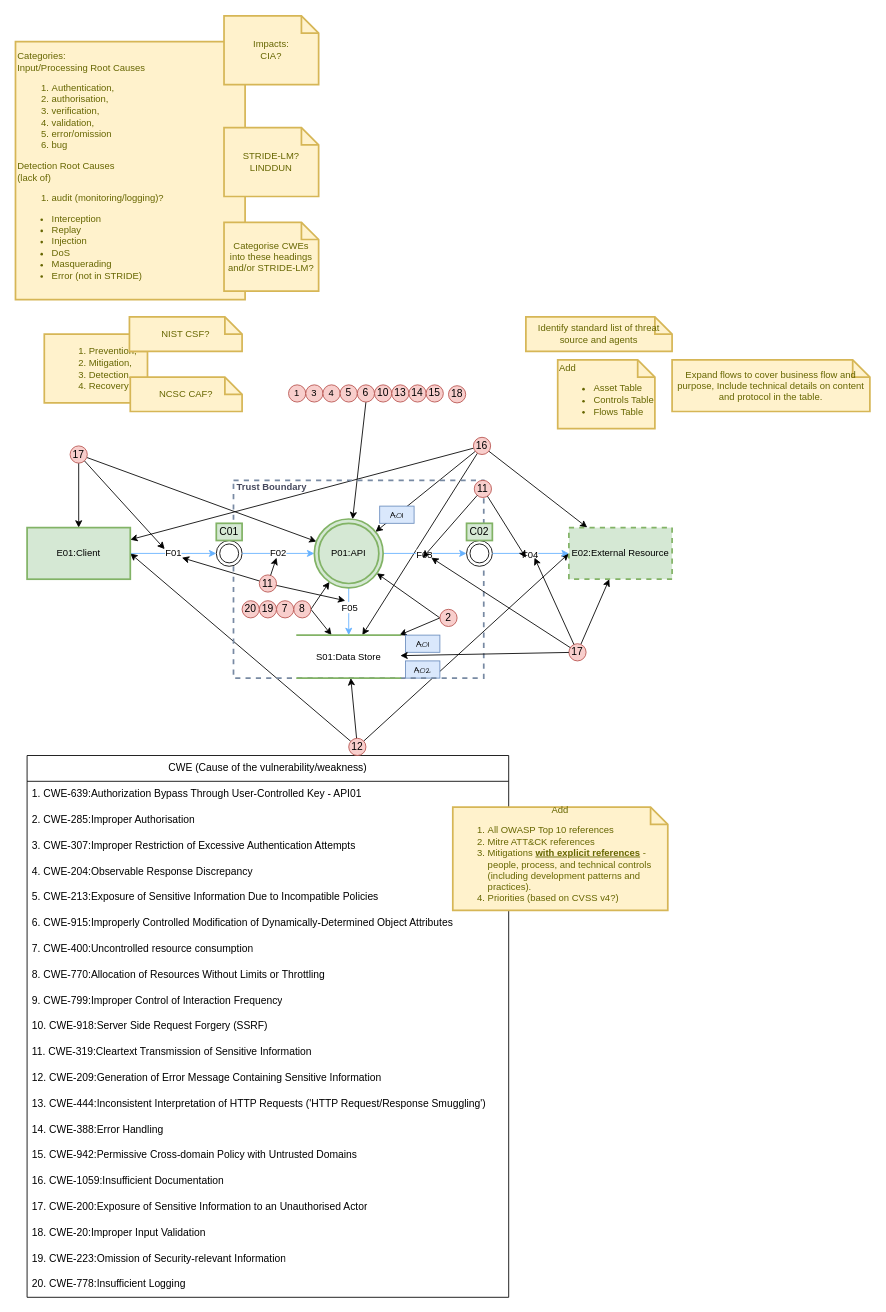
This is Untitled Diagram 2.drawio from Jim-Sweeting/Drawio, a draw.io file, before an edit. Source tidied: cells renumbered, new cells numbered last; positions are measured from the earlier drawing's top-left corner, leaving out a move shared by most shapes. Both pictures are drawn from the tidied source at 86%, with x=0, y=0 at pixel (15, 15).
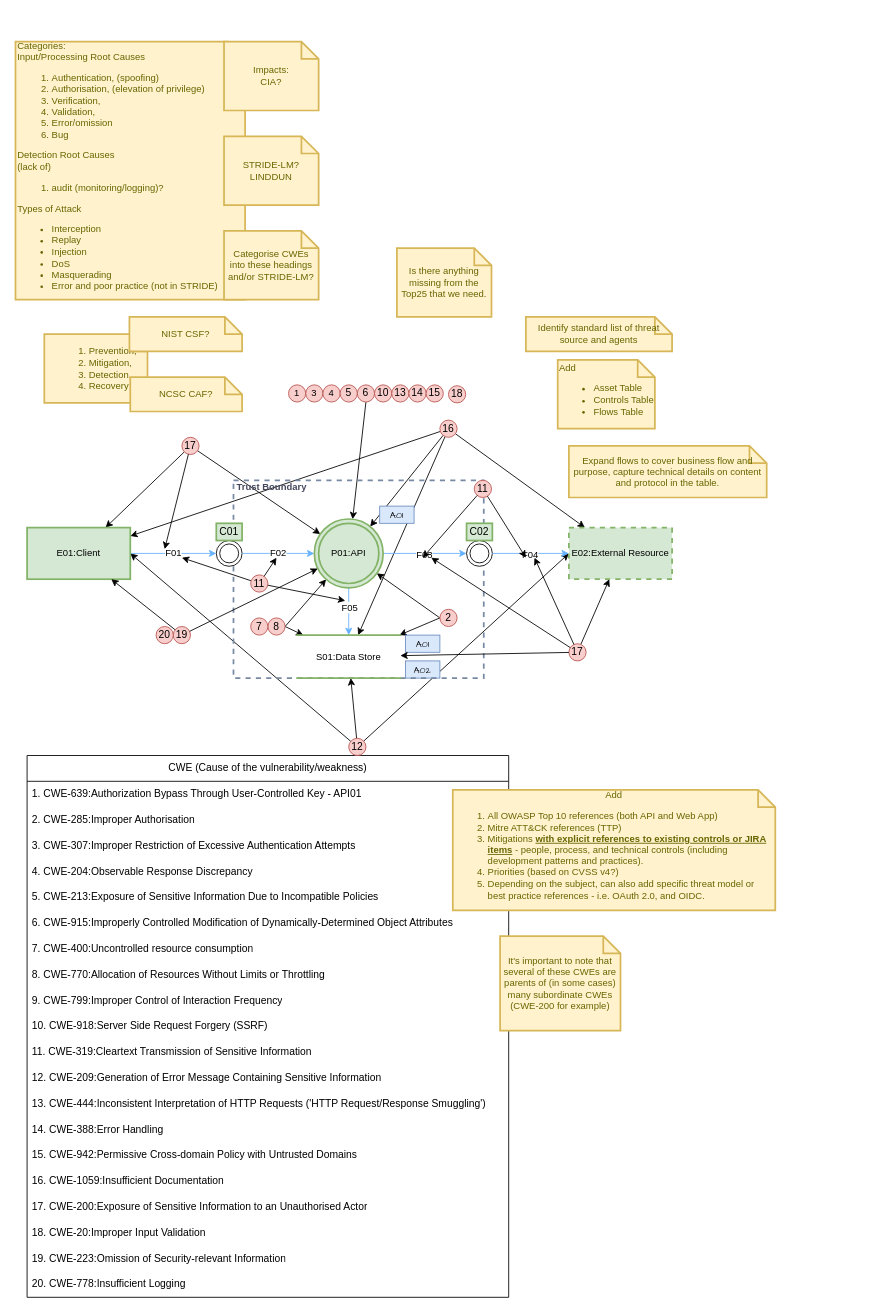
The same page after the edit.

Commit message (it also covers changes not shown here):
Added spreadsheet of identified OWASP API Top 10 related CWEs. Updated diagram

Unchanged cells that the change refers to:
```xml
<mxCell id="96" value="E01:Client" style="rounded=0;whiteSpace=wrap;html=1;labelBackgroundColor=none;fillColor=#d5e8d4;strokeColor=#82b366;fontSize=11;strokeWidth=2;" parent="95" vertex="1">
  <mxGeometry x="14" y="595" width="120" height="60" as="geometry" />
</mxCell>
<mxCell id="97" value="P01:API" style="ellipse;shape=doubleEllipse;whiteSpace=wrap;html=1;rounded=0;labelBackgroundColor=none;fillColor=#d5e8d4;strokeColor=#82b366;fontSize=11;strokeWidth=2;" parent="95" vertex="1">
  <mxGeometry x="348" y="585" width="80" height="80" as="geometry" />
</mxCell>
```

The edit, as a diff of the source:
```diff
@@
-    <mxCell id="24" value="Categories:&lt;br style=&quot;font-size: 11px;&quot;&gt;&lt;span style=&quot;background-color: initial; font-size: 11px;&quot;&gt;Input/Processing Root Causes&lt;/span&gt;&lt;br style=&quot;font-size: 11px;&quot;&gt;&lt;ol style=&quot;font-size: 11px;&quot;&gt;&lt;li style=&quot;font-size: 11px;&quot;&gt;Authentication,&lt;/li&gt;&lt;li style=&quot;font-size: 11px;&quot;&gt;authorisation,&lt;/li&gt;&lt;li style=&quot;font-size: 11px;&quot;&gt;verification,&lt;/li&gt;&lt;li style=&quot;font-size: 11px;&quot;&gt;validation,&lt;/li&gt;&lt;li style=&quot;font-size: 11px;&quot;&gt;error/omission&lt;/li&gt;&lt;li style=&quot;font-size: 11px;&quot;&gt;bug&lt;/li&gt;&lt;/ol&gt;&lt;div style=&quot;font-size: 11px;&quot;&gt;Detection Root Causes&amp;nbsp;&lt;/div&gt;(lack of)&lt;ol style=&quot;font-size: 11px;&quot;&gt;&lt;li style=&quot;font-size: 11px;&quot;&gt;audit (monitoring/logging)?&lt;/li&gt;&lt;/ol&gt;&lt;div style=&quot;font-size: 11px;&quot;&gt;&lt;ul style=&quot;font-size: 11px;&quot;&gt;&lt;li style=&quot;font-size: 11px;&quot;&gt;Interception&lt;/li&gt;&lt;li style=&quot;font-size: 11px;&quot;&gt;Replay&lt;/li&gt;&lt;li style=&quot;font-size: 11px;&quot;&gt;Injection&lt;/li&gt;&lt;li style=&quot;font-size: 11px;&quot;&gt;DoS&lt;/li&gt;&lt;li style=&quot;font-size: 11px;&quot;&gt;Masquerading&lt;/li&gt;&lt;li style=&quot;font-size: 11px;&quot;&gt;Error (not in STRIDE)&lt;/li&gt;&lt;/ul&gt;&lt;/div&gt;" style="shape=note;strokeWidth=2;fontSize=11;size=20;whiteSpace=wrap;html=1;fillColor=#fff2cc;strokeColor=#d6b656;fontColor=#666600;align=left;" parent="1" vertex="1">
+    <mxCell id="24" value="Categories:&lt;br style=&quot;font-size: 11px;&quot;&gt;&lt;span style=&quot;background-color: initial; font-size: 11px;&quot;&gt;Input/Processing Root Causes&lt;/span&gt;&lt;br style=&quot;font-size: 11px;&quot;&gt;&lt;ol style=&quot;font-size: 11px;&quot;&gt;&lt;li style=&quot;font-size: 11px;&quot;&gt;Authentication, (spoofing)&lt;/li&gt;&lt;li style=&quot;font-size: 11px;&quot;&gt;Authorisation, (elevation of privilege)&lt;/li&gt;&lt;li style=&quot;font-size: 11px;&quot;&gt;Verification,&amp;nbsp;&lt;/li&gt;&lt;li style=&quot;font-size: 11px;&quot;&gt;Validation,&lt;/li&gt;&lt;li style=&quot;font-size: 11px;&quot;&gt;Error/omission&lt;/li&gt;&lt;li style=&quot;font-size: 11px;&quot;&gt;Bug&lt;/li&gt;&lt;/ol&gt;&lt;div style=&quot;font-size: 11px;&quot;&gt;Detection Root Causes&amp;nbsp;&lt;/div&gt;(lack of)&lt;ol style=&quot;font-size: 11px;&quot;&gt;&lt;li style=&quot;font-size: 11px;&quot;&gt;audit (monitoring/logging)?&lt;/li&gt;&lt;/ol&gt;&lt;div&gt;Types of Attack&lt;/div&gt;&lt;div style=&quot;font-size: 11px;&quot;&gt;&lt;ul style=&quot;font-size: 11px;&quot;&gt;&lt;li style=&quot;font-size: 11px;&quot;&gt;Interception&lt;/li&gt;&lt;li style=&quot;font-size: 11px;&quot;&gt;Replay&lt;/li&gt;&lt;li style=&quot;font-size: 11px;&quot;&gt;Injection&lt;/li&gt;&lt;li style=&quot;font-size: 11px;&quot;&gt;DoS&lt;/li&gt;&lt;li style=&quot;font-size: 11px;&quot;&gt;Masquerading&lt;/li&gt;&lt;li style=&quot;font-size: 11px;&quot;&gt;Error and poor practice (not in STRIDE)&lt;/li&gt;&lt;/ul&gt;&lt;/div&gt;" style="shape=note;strokeWidth=2;fontSize=11;size=20;whiteSpace=wrap;html=1;fillColor=#fff2cc;strokeColor=#d6b656;fontColor=#666600;align=left;" parent="1" vertex="1">
       <mxGeometry x="0.5" y="30" width="267" height="300" as="geometry" />
     </mxCell>
     <mxCell id="25" value="STRIDE-LM?&lt;br style=&quot;font-size: 11px;&quot;&gt;LINDDUN" style="shape=note;strokeWidth=2;fontSize=11;size=20;whiteSpace=wrap;html=1;fillColor=#fff2cc;strokeColor=#d6b656;fontColor=#666600;" parent="1" vertex="1">
-      <mxGeometry x="243" y="130" width="110" height="80" as="geometry" />
+      <mxGeometry x="243" y="140" width="110" height="80" as="geometry" />
     </mxCell>
@@
     <mxCell id="27" value="Impacts:&lt;br style=&quot;font-size: 11px;&quot;&gt;CIA?" style="shape=note;strokeWidth=2;fontSize=11;size=20;whiteSpace=wrap;html=1;fillColor=#fff2cc;strokeColor=#d6b656;fontColor=#666600;" parent="1" vertex="1">
-      <mxGeometry x="243" width="110" height="80" as="geometry" />
+      <mxGeometry x="243" y="30" width="110" height="80" as="geometry" />
     </mxCell>
@@
-    <mxCell id="33" value="Add&lt;br style=&quot;font-size: 11px;&quot;&gt;&lt;ol style=&quot;font-size: 11px;&quot;&gt;&lt;li style=&quot;text-align: left; font-size: 11px;&quot;&gt;All OWASP Top 10 references&lt;/li&gt;&lt;li style=&quot;text-align: left; font-size: 11px;&quot;&gt;Mitre ATT&amp;amp;CK references&lt;/li&gt;&lt;li style=&quot;text-align: left; font-size: 11px;&quot;&gt;Mitigations &lt;b style=&quot;font-size: 11px;&quot;&gt;&lt;u style=&quot;font-size: 11px;&quot;&gt;with explicit references&lt;/u&gt;&lt;/b&gt; - people, process, and technical controls (including development patterns and practices).&lt;/li&gt;&lt;li style=&quot;text-align: left; font-size: 11px;&quot;&gt;Priorities (based on CVSS v4?)&lt;/li&gt;&lt;/ol&gt;" style="shape=note;strokeWidth=2;fontSize=11;size=20;whiteSpace=wrap;html=1;fillColor=#fff2cc;strokeColor=#d6b656;fontColor=#666600;" parent="1" vertex="1">
-      <mxGeometry x="509" y="920" width="250" height="120" as="geometry" />
+    <mxCell id="33" value="Add&lt;br style=&quot;font-size: 11px;&quot;&gt;&lt;ol style=&quot;font-size: 11px;&quot;&gt;&lt;li style=&quot;text-align: left; font-size: 11px;&quot;&gt;All OWASP Top 10 references (both API and Web App)&lt;/li&gt;&lt;li style=&quot;text-align: left; font-size: 11px;&quot;&gt;Mitre ATT&amp;amp;CK references (TTP)&lt;/li&gt;&lt;li style=&quot;text-align: left; font-size: 11px;&quot;&gt;Mitigations &lt;b style=&quot;font-size: 11px;&quot;&gt;&lt;u style=&quot;font-size: 11px;&quot;&gt;with explicit references to existing controls or JIRA items&lt;/u&gt;&lt;/b&gt;&amp;nbsp;- people, process, and technical controls (including development patterns and practices).&lt;/li&gt;&lt;li style=&quot;text-align: left; font-size: 11px;&quot;&gt;Priorities (based on CVSS v4?)&lt;/li&gt;&lt;li style=&quot;text-align: left; font-size: 11px;&quot;&gt;Depending on the subject, can also add specific threat model or best practice references - i.e. OAuth 2.0, and OIDC.&lt;/li&gt;&lt;/ol&gt;" style="shape=note;strokeWidth=2;fontSize=11;size=20;whiteSpace=wrap;html=1;fillColor=#fff2cc;strokeColor=#d6b656;fontColor=#666600;" parent="1" vertex="1">
+      <mxGeometry x="509" y="900" width="375" height="140" as="geometry" />
     </mxCell>
@@
     <mxCell id="47" value="Categorise CWEs into these headings and/or STRIDE-LM?" style="shape=note;strokeWidth=2;fontSize=11;size=20;whiteSpace=wrap;html=1;fillColor=#fff2cc;strokeColor=#d6b656;fontColor=#666600;" parent="1" vertex="1">
-      <mxGeometry x="243" y="240" width="110" height="80" as="geometry" />
+      <mxGeometry x="243" y="250" width="110" height="80" as="geometry" />
     </mxCell>
@@
     <mxCell id="69" value="16" style="ellipse;whiteSpace=wrap;html=1;fillColor=#f8cecc;strokeColor=#b85450;" parent="59" vertex="1">
-      <mxGeometry x="533" y="490" width="20" height="20" as="geometry" />
+      <mxGeometry x="494" y="470" width="20" height="20" as="geometry" />
     </mxCell>
@@
     <mxCell id="72" value="8" style="ellipse;whiteSpace=wrap;html=1;fillColor=#f8cecc;strokeColor=#b85450;" parent="59" vertex="1">
-      <mxGeometry x="324" y="680" width="20" height="20" as="geometry" />
+      <mxGeometry x="294" y="700" width="20" height="20" as="geometry" />
     </mxCell>
     <mxCell id="73" value="7" style="ellipse;whiteSpace=wrap;html=1;fillColor=#f8cecc;strokeColor=#b85450;" parent="59" vertex="1">
-      <mxGeometry x="304" y="680" width="20" height="20" as="geometry" />
+      <mxGeometry x="274" y="700" width="20" height="20" as="geometry" />
     </mxCell>
-    <mxCell id="74" style="edgeStyle=orthogonalEdgeStyle;jettySize=auto;html=1;" parent="59" edge="1" source="75" target="96">
+    <mxCell id="74" style="jettySize=auto;html=1;" parent="59" edge="1" source="75" target="96">
       <mxGeometry relative="1" as="geometry" />
     </mxCell>
     <mxCell id="75" value="17" style="ellipse;whiteSpace=wrap;html=1;fillColor=#f8cecc;strokeColor=#b85450;" parent="59" vertex="1">
-      <mxGeometry x="64" y="500" width="20" height="20" as="geometry" />
+      <mxGeometry x="194" y="490" width="20" height="20" as="geometry" />
     </mxCell>
@@
     <mxCell id="79" value="11" style="ellipse;whiteSpace=wrap;html=1;fillColor=#f8cecc;strokeColor=#b85450;" parent="59" vertex="1">
-      <mxGeometry x="284" y="650" width="20" height="20" as="geometry" />
+      <mxGeometry x="274" y="650" width="20" height="20" as="geometry" />
     </mxCell>
@@
     <mxCell id="81" value="19" style="ellipse;whiteSpace=wrap;html=1;fillColor=#f8cecc;strokeColor=#b85450;" parent="59" vertex="1">
-      <mxGeometry x="284" y="680" width="20" height="20" as="geometry" />
+      <mxGeometry x="184" y="710" width="20" height="20" as="geometry" />
     </mxCell>
@@
-    <mxCell id="89" value="Expand flows to cover business flow and purpose, Include technical details on content and protocol in the table." style="shape=note;strokeWidth=2;fontSize=11;size=20;whiteSpace=wrap;html=1;fillColor=#fff2cc;strokeColor=#d6b656;fontColor=#666600;" parent="82" vertex="1">
-      <mxGeometry x="764" y="400" width="230" height="60" as="geometry" />
+    <mxCell id="89" value="Expand flows to cover business flow and purpose, capture technical details on content and protocol in the table." style="shape=note;strokeWidth=2;fontSize=11;size=20;whiteSpace=wrap;html=1;fillColor=#fff2cc;strokeColor=#d6b656;fontColor=#666600;" parent="82" vertex="1">
+      <mxGeometry x="644" y="500" width="230" height="60" as="geometry" />
     </mxCell>
@@
     <mxCell id="106" value="20" style="ellipse;whiteSpace=wrap;html=1;fillColor=#f8cecc;strokeColor=#b85450;" parent="95" vertex="1">
-      <mxGeometry x="264" y="680" width="20" height="20" as="geometry" />
+      <mxGeometry x="164" y="710" width="20" height="20" as="geometry" />
     </mxCell>
+    <mxCell id="107" value="Is there anything missing from the Top25 that we need." style="shape=note;strokeWidth=2;fontSize=11;size=20;whiteSpace=wrap;html=1;fillColor=#fff2cc;strokeColor=#d6b656;fontColor=#666600;" parent="95" vertex="1">
+      <mxGeometry x="444" y="270" width="110" height="80" as="geometry" />
+    </mxCell>
+    <mxCell id="108" style="jettySize=auto;html=1;" parent="95" edge="1" source="81" target="97">
+      <mxGeometry relative="1" as="geometry" />
+    </mxCell>
+    <mxCell id="109" style="jettySize=auto;html=1;" parent="95" edge="1" source="81" target="96">
+      <mxGeometry relative="1" as="geometry" />
+    </mxCell>
+    <mxCell id="110" value="It's important to note that several of these CWEs are parents of (in some cases) many subordinate CWEs (CWE-200 for example)" style="shape=note;strokeWidth=2;fontSize=11;size=20;whiteSpace=wrap;html=1;fillColor=#fff2cc;strokeColor=#d6b656;fontColor=#666600;" parent="95" vertex="1">
+      <mxGeometry x="564" y="1070" width="140" height="110" as="geometry" />
+    </mxCell>
```
